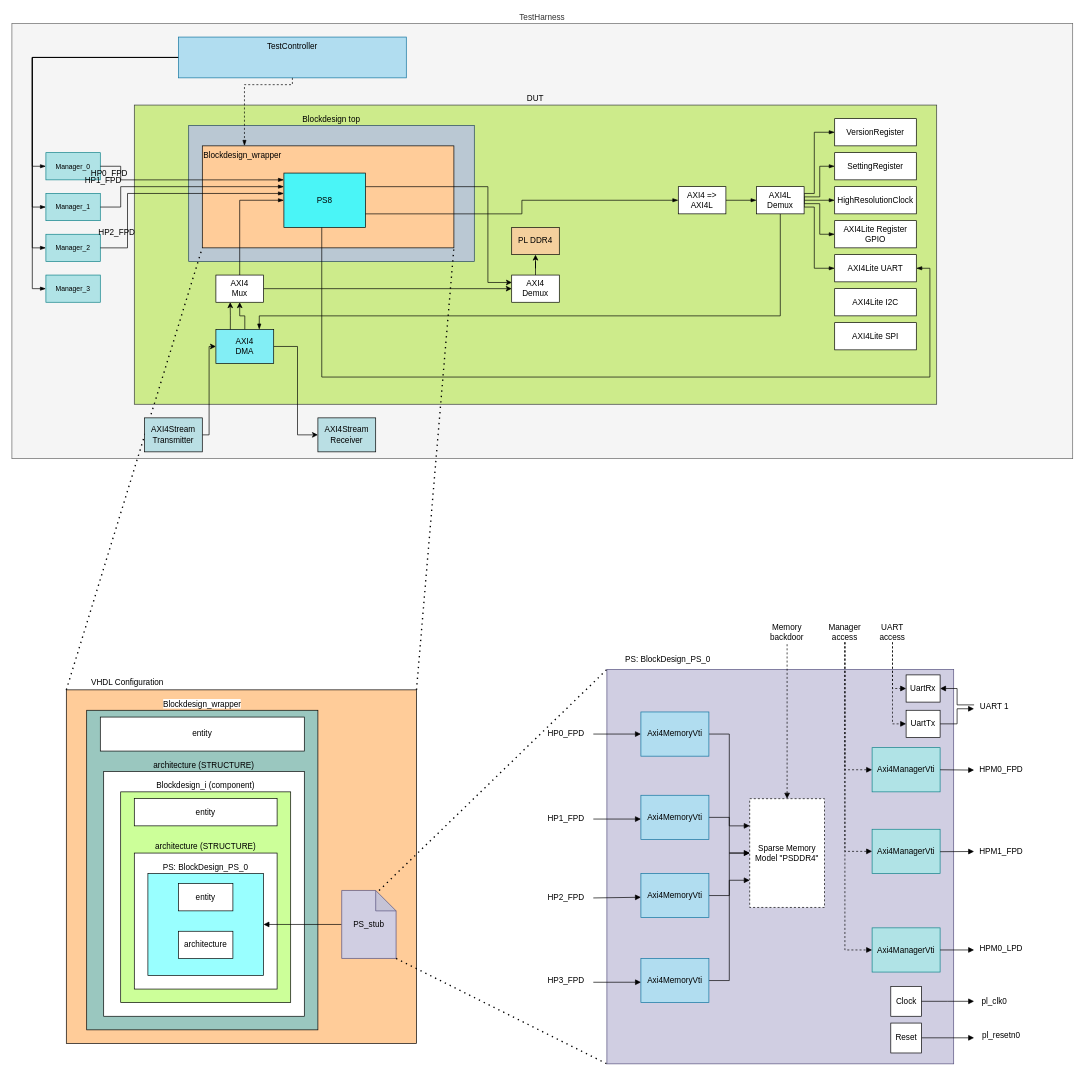
Paebbels/BigDesign keeps this draw.io diagram as doc/diagrams/BlockDiagrams.drawio. Above is the earlier version. Source tidied: cells renumbered, new cells numbered last; positions are measured from the earlier drawing's top-left corner, leaving out a move shared by most shapes. Both pictures are drawn from the tidied source at 68%, with x=0, y=0 at pixel (12, 23).
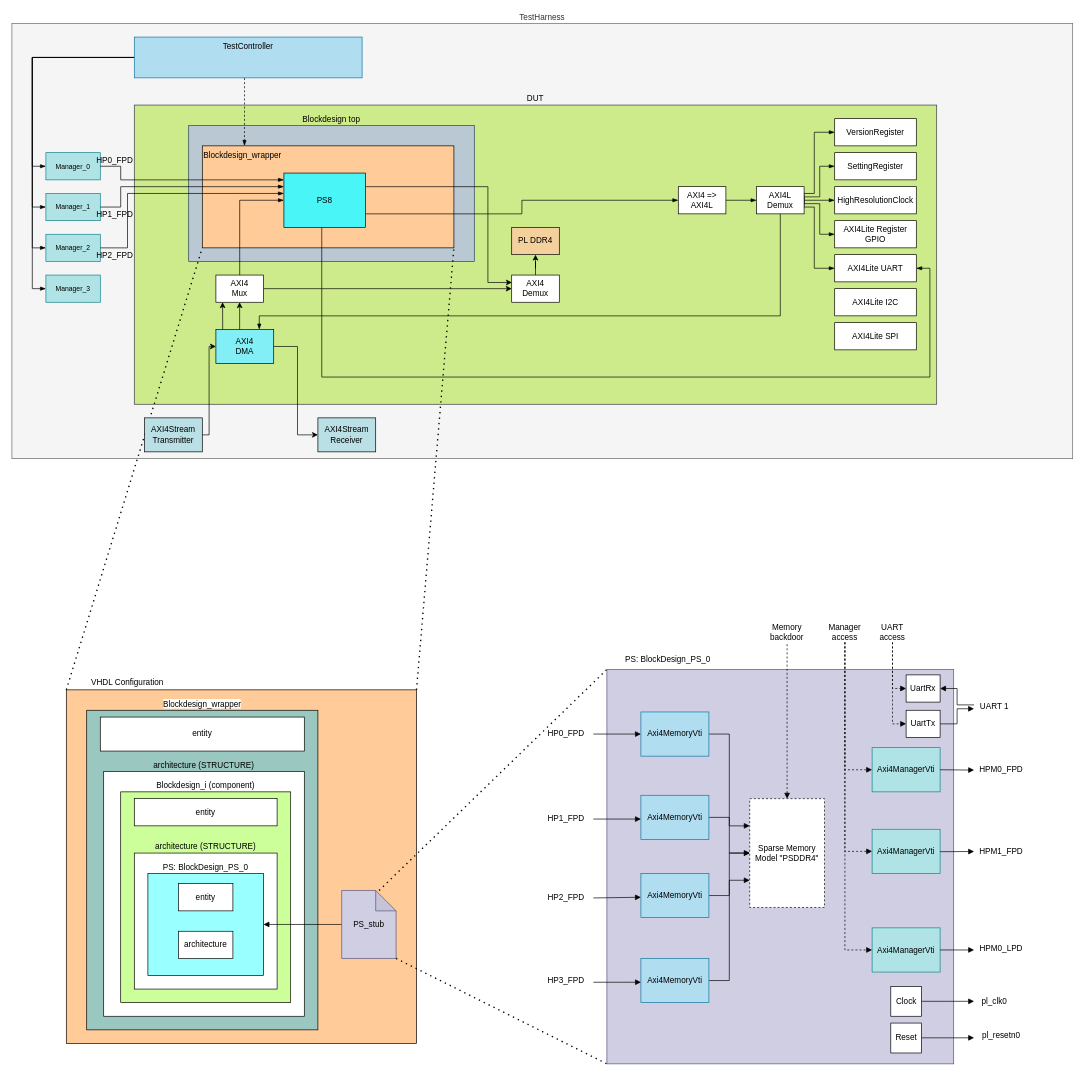
Above is the later version.

Commit message (it also covers changes not shown here):
added AXI Demux, small fixes in diagram

The change refers to these unchanged cells:
```xml
<mxCell id="4" value="DUT" style="rounded=0;whiteSpace=wrap;html=1;labelPosition=center;verticalLabelPosition=top;align=center;verticalAlign=bottom;fillColor=#cdeb8b;strokeColor=#36393d;" parent="1" vertex="1">
  <mxGeometry x="180" y="120" width="1180" height="440" as="geometry" />
</mxCell>
<mxCell id="98" value="AXI4&lt;br&gt;DMA" style="rounded=0;whiteSpace=wrap;html=1;fillColor=light-dark(#82eef5, #ededed);" parent="1" vertex="1">
  <mxGeometry x="300" y="450" width="85" height="50" as="geometry" />
</mxCell>
<mxCell id="104" style="edgeStyle=orthogonalEdgeStyle;rounded=0;jettySize=auto;html=1;exitX=1;exitY=0.5;exitDx=0;exitDy=0;endArrow=blockThin;endFill=1;" parent="1" edge="1" source="15">
  <mxGeometry relative="1" as="geometry">
    <mxPoint x="400" y="250" as="targetPoint" />
    <Array as="points">
      <mxPoint x="170" y="330" />
      <mxPoint x="170" y="250" />
      <mxPoint x="400" y="250" />
    </Array>
  </mxGeometry>
</mxCell>
<mxCell id="106" style="edgeStyle=orthogonalEdgeStyle;rounded=0;jettySize=auto;html=1;exitX=1;exitY=0.5;exitDx=0;exitDy=0;endArrow=blockThin;endFill=1;" parent="1" edge="1" source="13">
  <mxGeometry relative="1" as="geometry">
    <mxPoint x="400" y="230" as="targetPoint" />
    <Array as="points">
      <mxPoint x="160" y="210" />
      <mxPoint x="160" y="230" />
      <mxPoint x="400" y="230" />
    </Array>
  </mxGeometry>
</mxCell>
<mxCell id="108" style="edgeStyle=orthogonalEdgeStyle;rounded=0;jettySize=auto;html=1;exitX=1;exitY=0.5;exitDx=0;exitDy=0;endArrow=blockThin;endFill=1;entryX=0;entryY=0.25;entryDx=0;entryDy=0;" parent="1" edge="1" source="14" target="103">
  <mxGeometry relative="1" as="geometry">
    <Array as="points">
      <mxPoint x="160" y="270" />
      <mxPoint x="160" y="240" />
    </Array>
  </mxGeometry>
</mxCell>
<mxCell id="119" value="AXI4&lt;br&gt;Mux" style="rounded=0;whiteSpace=wrap;html=1;" parent="1" vertex="1">
  <mxGeometry x="300" y="370" width="70" height="40" as="geometry" />
</mxCell>
```

Diff of the diagram source:
```diff
@@
     <mxCell id="12" value="TestController" style="rounded=0;whiteSpace=wrap;html=1;labelPosition=center;verticalLabelPosition=middle;align=center;verticalAlign=top;fillColor=#b1ddf0;strokeColor=#10739e;" parent="1" vertex="1">
-      <mxGeometry x="245" y="20" width="335" height="60" as="geometry" />
+      <mxGeometry x="180" y="20" width="335" height="60" as="geometry" />
     </mxCell>
@@
-    <mxCell id="97" style="edgeStyle=orthogonalEdgeStyle;rounded=0;jettySize=auto;html=1;" parent="1" edge="1" source="98" target="119">
-      <mxGeometry relative="1" as="geometry" />
-    </mxCell>
@@
     <mxCell id="105" value="&lt;span style=&quot;font-size: 12px; text-wrap-mode: wrap;&quot;&gt;HP2_FPD&lt;/span&gt;" style="edgeLabel;html=1;align=center;verticalAlign=middle;labelBackgroundColor=none;" parent="104" vertex="1">
       <mxGeometry x="-0.7" relative="1" as="geometry">
-        <mxPoint x="-17" y="-10" as="offset" />
+        <mxPoint x="-20" y="23" as="offset" />
       </mxGeometry>
     </mxCell>
@@
     <mxCell id="107" value="&lt;span style=&quot;font-size: 12px; text-wrap-mode: wrap;&quot;&gt;HP0_FPD&lt;/span&gt;" style="edgeLabel;html=1;align=center;verticalAlign=middle;labelBackgroundColor=none;" parent="106" vertex="1">
       <mxGeometry x="-0.63" y="2" relative="1" as="geometry">
-        <mxPoint x="-22" y="-8" as="offset" />
+        <mxPoint x="-14" y="-28" as="offset" />
       </mxGeometry>
     </mxCell>
@@
     <mxCell id="109" value="&lt;span style=&quot;font-size: 12px; text-wrap-mode: wrap;&quot;&gt;HP1_FPD&lt;/span&gt;" style="edgeLabel;html=1;align=center;verticalAlign=middle;labelBackgroundColor=none;" parent="108" vertex="1">
       <mxGeometry x="-0.58" relative="1" as="geometry">
-        <mxPoint x="-30" y="-10" as="offset" />
+        <mxPoint x="-13" y="40" as="offset" />
       </mxGeometry>
     </mxCell>
@@
-    <mxCell id="112" style="edgeStyle=orthogonalEdgeStyle;rounded=0;jettySize=auto;html=1;exitX=0.5;exitY=1;exitDx=0;exitDy=0;endArrow=blockThin;endFill=1;dashed=1;" parent="1" edge="1" source="12">
+    <mxCell id="112" style="edgeStyle=orthogonalEdgeStyle;rounded=0;jettySize=auto;html=1;exitX=0.484;exitY=1.004;exitDx=0;exitDy=0;endArrow=blockThin;endFill=1;dashed=1;exitPerimeter=0;" parent="1" edge="1" source="12">
       <mxGeometry relative="1" as="geometry">
         <mxPoint x="342" y="180" as="targetPoint" />
         <Array as="points">
-          <mxPoint x="413" y="90" />
-          <mxPoint x="342" y="90" />
+          <mxPoint x="342" y="80" />
         </Array>
       </mxGeometry>
     </mxCell>
@@
-    <mxCell id="120" style="edgeStyle=orthogonalEdgeStyle;rounded=0;jettySize=auto;html=1;exitX=0.25;exitY=0;exitDx=0;exitDy=0;" parent="1" edge="1" source="98">
-      <mxGeometry relative="1" as="geometry">
-        <mxPoint x="321" y="410" as="targetPoint" />
-      </mxGeometry>
-    </mxCell>
+    <mxCell id="121" style="endArrow=classic;html=1;rounded=0;entryX=0.11;entryY=0.659;entryDx=0;entryDy=0;entryPerimeter=0;" parent="1" edge="1" target="4">
+      <mxGeometry relative="1" as="geometry">
+        <mxPoint x="310" y="450" as="sourcePoint" />
+      </mxGeometry>
+    </mxCell>
+    <mxCell id="122" style="endArrow=classic;html=1;rounded=0;entryX=0.11;entryY=0.659;entryDx=0;entryDy=0;entryPerimeter=0;" parent="1" edge="1">
+      <mxGeometry relative="1" as="geometry">
+        <mxPoint x="334.9" y="450" as="sourcePoint" />
+        <mxPoint x="334.9" y="410" as="targetPoint" />
+      </mxGeometry>
+    </mxCell>
```
